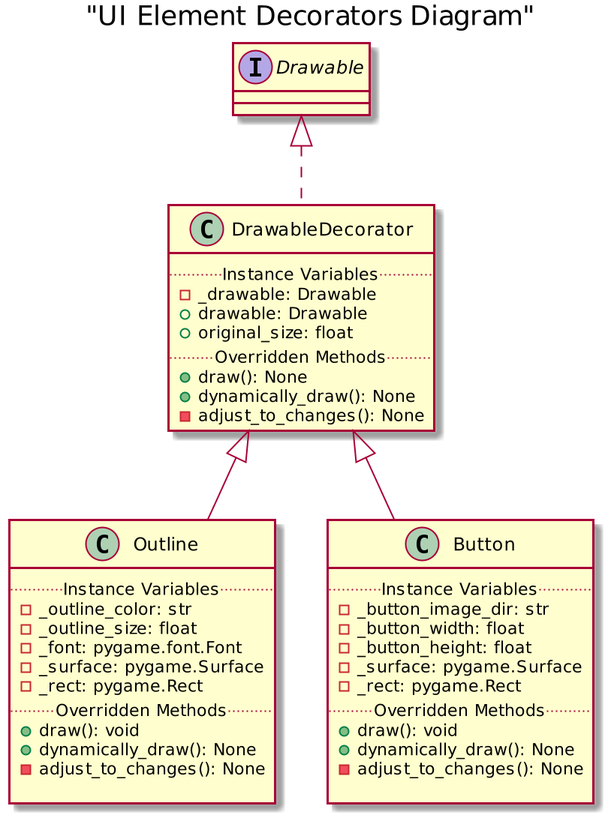
This is Puzzle_Maze/uml/ui_elements/ui_elements_decorators.png from kmerickson/OOP-PuzzleMaze, a PlantUML export, as it was before one commit. Its diagram source:
```plantuml
@startuml
scale 2
title "UI Element Decorators Diagram"


class DrawableDecorator implements Drawable{
    .. Instance Variables ..
    - _drawable: Drawable
    + drawable: Drawable
    + original_size: float
    ..Overridden Methods..
    + draw(): None
    + dynamically_draw(): None
    - adjust_to_changes(): None
}

class Outline extends DrawableDecorator{
    .. Instance Variables ..
    - _outline_color: str
    - _outline_size: float
    - _font: pygame.font.Font
    - _surface: pygame.Surface
    - _rect: pygame.Rect
    .. Overridden Methods..
    + draw(): void
    + dynamically_draw(): None
    - adjust_to_changes(): None

}

class Button extends DrawableDecorator{
    .. Instance Variables ..
    - _button_image_dir: str
    - _button_width: float
    - _button_height: float
    - _surface: pygame.Surface
    - _rect: pygame.Rect
    .. Overridden Methods..
    + draw(): void
    + dynamically_draw(): None
    - adjust_to_changes(): None

}

@enduml
```
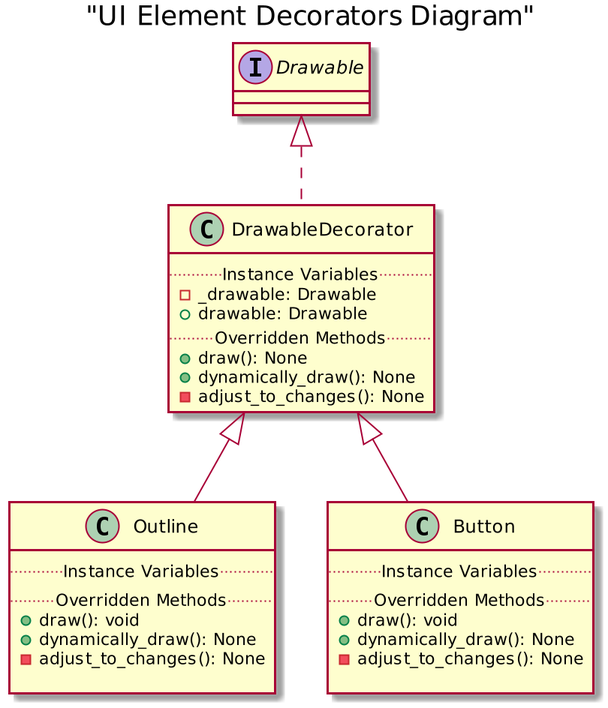
The same file after the commit.

What changed in the source:
```diff
@@ -7,7 +7,6 @@
     .. Instance Variables ..
     - _drawable: Drawable
     + drawable: Drawable
-    + original_size: float
     ..Overridden Methods..
     + draw(): None
     + dynamically_draw(): None
@@ -16,11 +15,6 @@
 
 class Outline extends DrawableDecorator{
     .. Instance Variables ..
-    - _outline_color: str
-    - _outline_size: float
-    - _font: pygame.font.Font
-    - _surface: pygame.Surface
-    - _rect: pygame.Rect
     .. Overridden Methods..
     + draw(): void
     + dynamically_draw(): None
@@ -30,11 +24,6 @@
 
 class Button extends DrawableDecorator{
     .. Instance Variables ..
-    - _button_image_dir: str
-    - _button_width: float
-    - _button_height: float
-    - _surface: pygame.Surface
-    - _rect: pygame.Rect
     .. Overridden Methods..
     + draw(): void
     + dynamically_draw(): None
```
